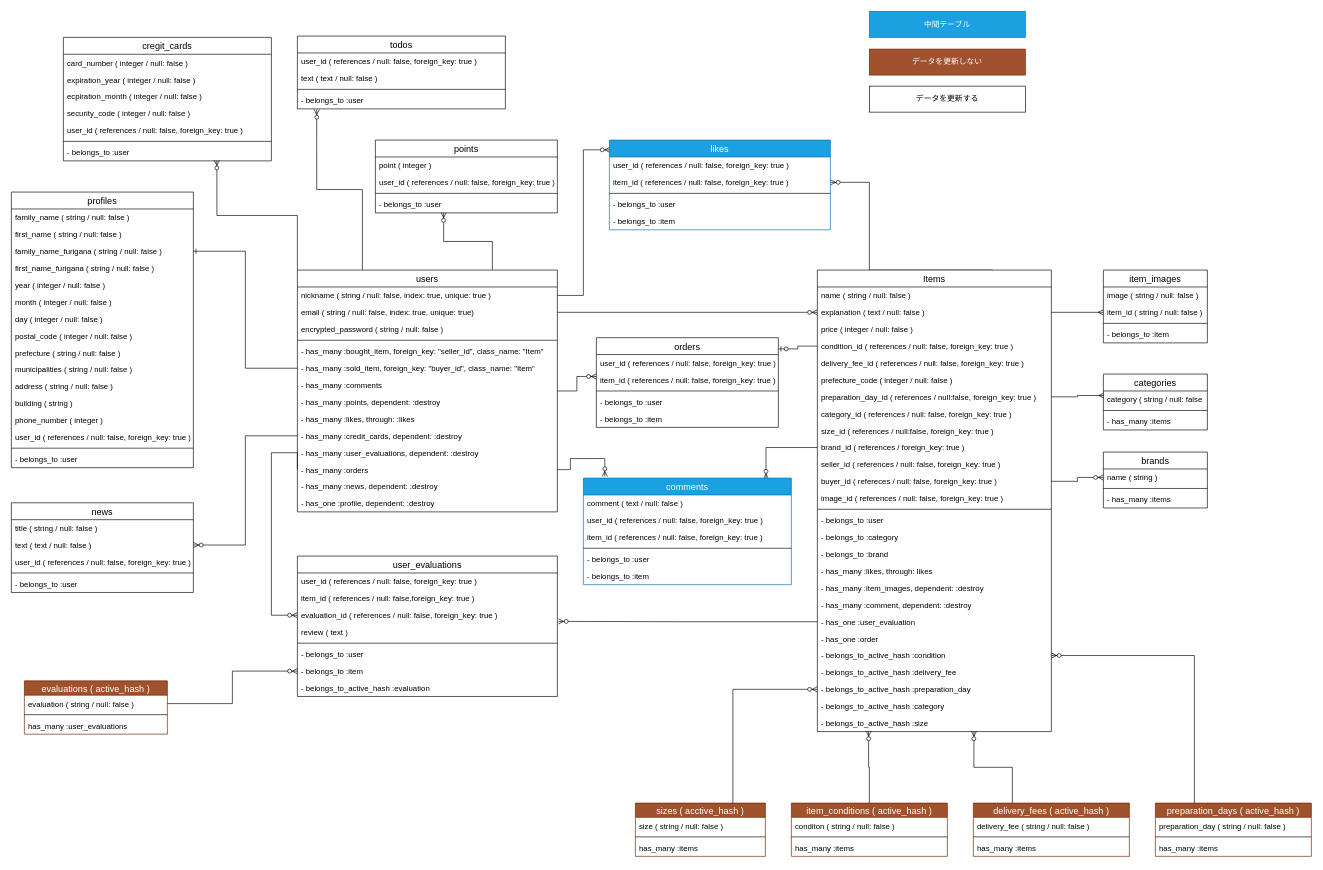
This is ER.drawio from yuktnk/fleamarket_sample_80g, a draw.io file, before an edit. Source tidied: cells renumbered, new cells numbered last; positions are measured from the earlier drawing's top-left corner, leaving out a move shared by most shapes. Both pictures are drawn from the tidied source at 65%, with x=0, y=0 at pixel (11, 11).
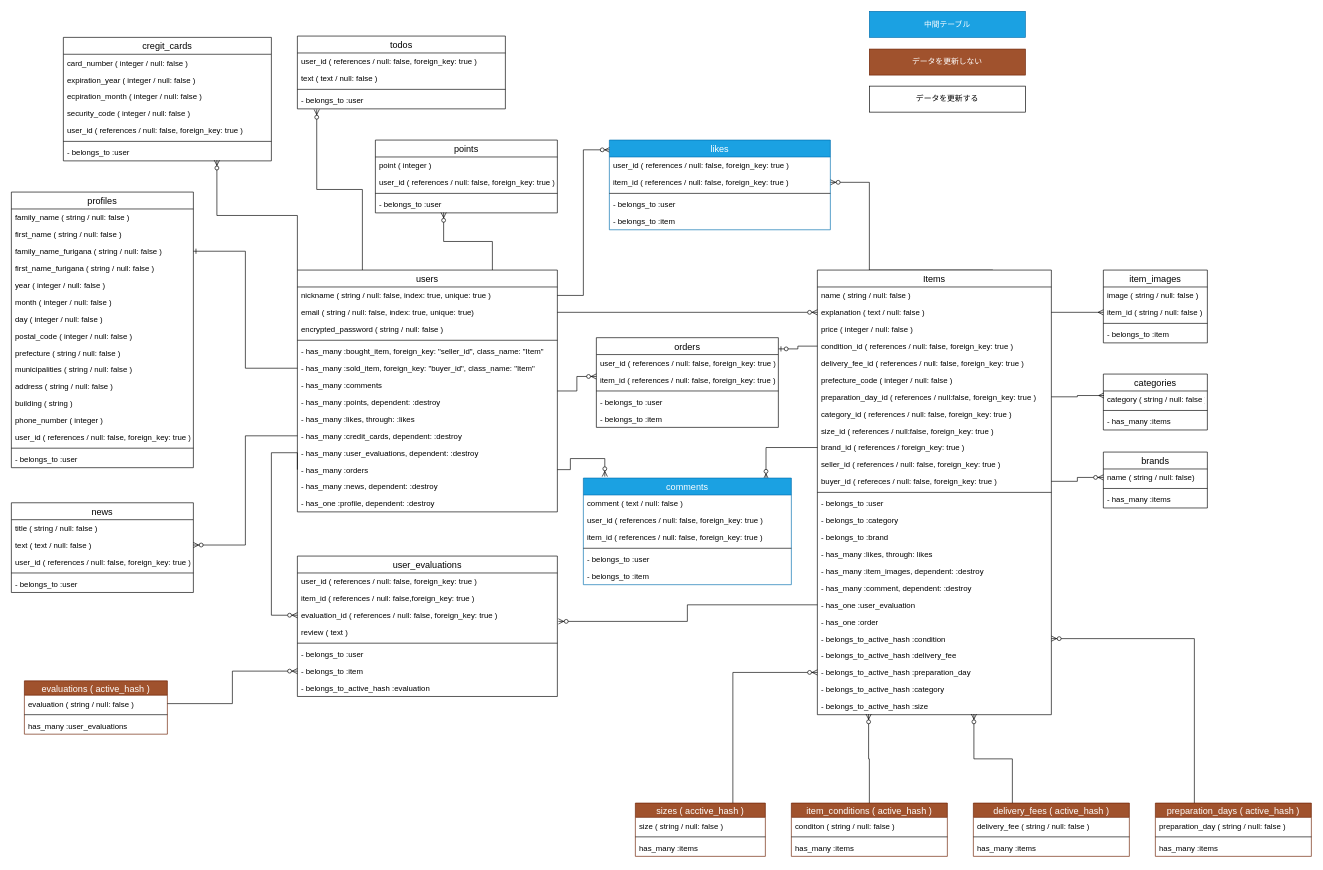
Above is the later version.

The change refers to these unchanged cells:
```xml
<mxCell id="121" value="brands" style="swimlane;fontStyle=0;horizontal=1;startSize=26;align=center;fontSize=14;" parent="1" vertex="1">
  <mxGeometry x="1680" y="678" width="160" height="86" as="geometry" />
</mxCell>
```

The edit, as a diff of the source:
```diff
@@
     <mxCell id="80" value="Items" style="swimlane;fontStyle=0;horizontal=1;startSize=26;align=center;fontSize=14;swimlaneFillColor=none;" parent="1" vertex="1">
-      <mxGeometry x="1240" y="398" width="360" height="710" as="geometry" />
+      <mxGeometry x="1240" y="398" width="360" height="684" as="geometry" />
     </mxCell>
@@
-    <mxCell id="93" value="image_id ( references / null: false, foreign_key: true )" style="text;strokeColor=none;fillColor=none;spacingLeft=4;spacingRight=4;overflow=hidden;fontSize=12;" parent="80" vertex="1">
-      <mxGeometry y="338" width="360" height="26" as="geometry" />
-    </mxCell>
     <mxCell id="94" style="line;strokeWidth=1;fillColor=none;align=left;verticalAlign=middle;spacingTop=-1;spacingLeft=3;spacingRight=3;labelPosition=right;fontSize=12;" parent="80" vertex="1">
-      <mxGeometry y="364" width="360" height="8" as="geometry" />
+      <mxGeometry y="338" width="360" height="8" as="geometry" />
     </mxCell>
     <mxCell id="95" value="- belongs_to :user" style="text;strokeColor=none;fillColor=none;spacingLeft=4;spacingRight=4;overflow=hidden;fontSize=12;" parent="80" vertex="1">
-      <mxGeometry y="372" width="360" height="26" as="geometry" />
+      <mxGeometry y="346" width="360" height="26" as="geometry" />
     </mxCell>
     <mxCell id="96" value="- belongs_to :category" style="text;strokeColor=none;fillColor=none;spacingLeft=4;spacingRight=4;overflow=hidden;fontSize=12;" parent="80" vertex="1">
-      <mxGeometry y="398" width="360" height="26" as="geometry" />
+      <mxGeometry y="372" width="360" height="26" as="geometry" />
     </mxCell>
     <mxCell id="97" value="- belongs_to :brand" style="text;strokeColor=none;fillColor=none;spacingLeft=4;spacingRight=4;overflow=hidden;fontSize=12;" parent="80" vertex="1">
-      <mxGeometry y="424" width="360" height="26" as="geometry" />
+      <mxGeometry y="398" width="360" height="26" as="geometry" />
     </mxCell>
     <mxCell id="98" value="- has_many :likes, through: likes" style="text;strokeColor=none;fillColor=none;spacingLeft=4;spacingRight=4;overflow=hidden;fontSize=12;" parent="80" vertex="1">
-      <mxGeometry y="450" width="360" height="26" as="geometry" />
+      <mxGeometry y="424" width="360" height="26" as="geometry" />
     </mxCell>
     <mxCell id="99" value="- has_many :item_images, dependent: :destroy" style="text;strokeColor=none;fillColor=none;spacingLeft=4;spacingRight=4;overflow=hidden;fontSize=12;" parent="80" vertex="1">
-      <mxGeometry y="476" width="360" height="26" as="geometry" />
+      <mxGeometry y="450" width="360" height="26" as="geometry" />
     </mxCell>
     <mxCell id="100" value="- has_many :comment, dependent: :destroy" style="text;strokeColor=none;fillColor=none;spacingLeft=4;spacingRight=4;overflow=hidden;fontSize=12;" parent="80" vertex="1">
-      <mxGeometry y="502" width="360" height="26" as="geometry" />
+      <mxGeometry y="476" width="360" height="26" as="geometry" />
     </mxCell>
     <mxCell id="101" value="- has_one :user_evaluation" style="text;strokeColor=none;fillColor=none;spacingLeft=4;spacingRight=4;overflow=hidden;points=[[0,0.5],[1,0.5]];portConstraint=eastwest;fontSize=12;" parent="80" vertex="1">
-      <mxGeometry y="528" width="360" height="26" as="geometry" />
+      <mxGeometry y="502" width="360" height="26" as="geometry" />
     </mxCell>
     <mxCell id="102" value="- has_one :order" style="text;strokeColor=none;fillColor=none;spacingLeft=4;spacingRight=4;overflow=hidden;fontSize=12;" parent="80" vertex="1">
-      <mxGeometry y="554" width="360" height="26" as="geometry" />
+      <mxGeometry y="528" width="360" height="26" as="geometry" />
     </mxCell>
     <mxCell id="103" value="- belongs_to_active_hash :condition " style="text;strokeColor=none;fillColor=none;spacingLeft=4;spacingRight=4;overflow=hidden;points=[[0,0.5],[1,0.5]];portConstraint=eastwest;fontSize=12;" parent="80" vertex="1">
-      <mxGeometry y="580" width="360" height="26" as="geometry" />
+      <mxGeometry y="554" width="360" height="26" as="geometry" />
     </mxCell>
     <mxCell id="104" value="- belongs_to_active_hash :delivery_fee" style="text;strokeColor=none;fillColor=none;spacingLeft=4;spacingRight=4;overflow=hidden;fontSize=12;" parent="80" vertex="1">
-      <mxGeometry y="606" width="360" height="26" as="geometry" />
+      <mxGeometry y="580" width="360" height="26" as="geometry" />
     </mxCell>
     <mxCell id="105" value="- belongs_to_active_hash :preparation_day" style="text;strokeColor=none;fillColor=none;spacingLeft=4;spacingRight=4;overflow=hidden;points=[[0,0.5],[1,0.5]];portConstraint=eastwest;fontSize=12;" parent="80" vertex="1">
-      <mxGeometry y="632" width="360" height="26" as="geometry" />
+      <mxGeometry y="606" width="360" height="26" as="geometry" />
     </mxCell>
     <mxCell id="106" value="- belongs_to_active_hash :category" style="text;strokeColor=none;fillColor=none;spacingLeft=4;spacingRight=4;overflow=hidden;fontSize=12;" parent="80" vertex="1">
-      <mxGeometry y="658" width="360" height="26" as="geometry" />
+      <mxGeometry y="632" width="360" height="26" as="geometry" />
     </mxCell>
     <mxCell id="107" value="- belongs_to_active_hash :size" style="text;strokeColor=none;fillColor=none;spacingLeft=4;spacingRight=4;overflow=hidden;points=[[0,0.5],[1,0.5]];portConstraint=eastwest;fontSize=12;" parent="80" vertex="1">
-      <mxGeometry y="684" width="360" height="26" as="geometry" />
+      <mxGeometry y="658" width="360" height="26" as="geometry" />
     </mxCell>
@@
-    <mxCell id="122" value="name ( string )" style="text;strokeColor=none;fillColor=none;spacingLeft=4;spacingRight=4;overflow=hidden;points=[[0,0.5],[1,0.5]];portConstraint=eastwest;fontSize=12;" parent="121" vertex="1">
+    <mxCell id="122" value="name ( string / null: false)" style="text;strokeColor=none;fillColor=none;spacingLeft=4;spacingRight=4;overflow=hidden;points=[[0,0.5],[1,0.5]];portConstraint=eastwest;fontSize=12;" parent="121" vertex="1">
       <mxGeometry y="26" width="160" height="26" as="geometry" />
     </mxCell>
```
